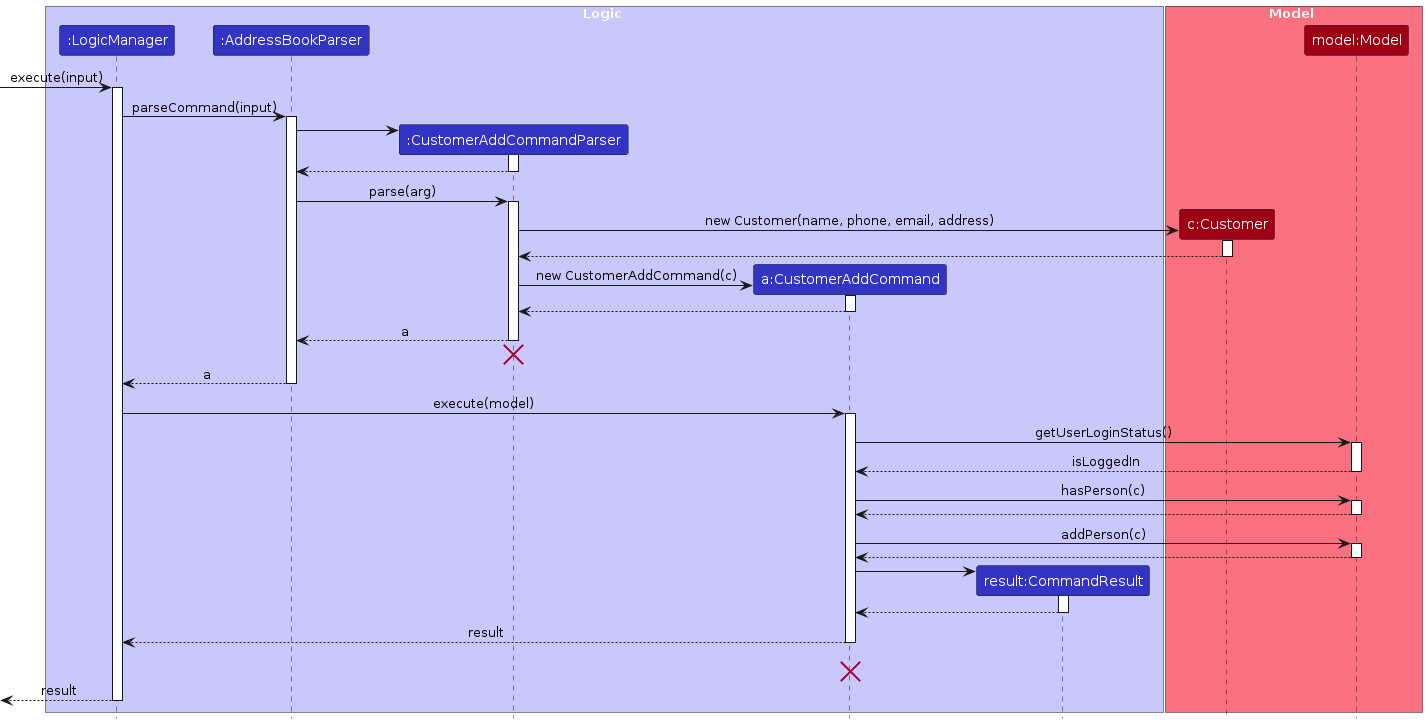
zhonghan721/tp keeps this PlantUML diagram as diagrams/CustomerAddSequenceDiagram.png. Above is the earlier version. Its source is kept beside it as diagrams/CustomerAddSequenceDiagram.puml. Its diagram source:
```plantuml
@startuml
!include style.puml
skinparam ArrowFontStyle plain

box Logic LOGIC_COLOR_T1
participant ":LogicManager" as LogicManager LOGIC_COLOR
participant ":AddressBookParser" as AddressBookParser LOGIC_COLOR
participant ":CustomerAddCommandParser" as CustomerAddCommandParser LOGIC_COLOR
participant "a:CustomerAddCommand" as CustomerAddCommand LOGIC_COLOR
participant "result:CommandResult" as CommandResult LOGIC_COLOR
end box

box Model MODEL_COLOR_T1
participant "c:Customer" as Customer MODEL_COLOR
participant "model:Model" as Model MODEL_COLOR
end box
[-> LogicManager : execute(input)
activate LogicManager

LogicManager -> AddressBookParser : parseCommand(input)
activate AddressBookParser

create CustomerAddCommandParser
AddressBookParser -> CustomerAddCommandParser
activate CustomerAddCommandParser

CustomerAddCommandParser --> AddressBookParser
deactivate CustomerAddCommandParser

AddressBookParser -> CustomerAddCommandParser : parse(arg)
activate CustomerAddCommandParser

create Customer
CustomerAddCommandParser -> Customer : new Customer(name, phone, email, address)
activate Customer

Customer --> CustomerAddCommandParser
deactivate Customer

create CustomerAddCommand
CustomerAddCommandParser -> CustomerAddCommand : new CustomerAddCommand(c)
activate CustomerAddCommand

CustomerAddCommand --> CustomerAddCommandParser
deactivate CustomerAddCommand

CustomerAddCommandParser --> AddressBookParser : a
deactivate CustomerAddCommandParser
CustomerAddCommandParser -[hidden]-> AddressBookParser
destroy CustomerAddCommandParser

AddressBookParser --> LogicManager : a
deactivate AddressBookParser

LogicManager -> CustomerAddCommand : execute(model)
activate CustomerAddCommand

CustomerAddCommand -> Model : getUserLoginStatus()
activate Model

Model --> CustomerAddCommand : isLoggedIn
deactivate Model

CustomerAddCommand -> Model : hasPerson(c)
activate Model

Model --> CustomerAddCommand
deactivate Model

CustomerAddCommand -> Model : addPerson(c)
activate Model

Model --> CustomerAddCommand
deactivate Model

create CommandResult
CustomerAddCommand -> CommandResult
activate CommandResult

CommandResult --> CustomerAddCommand
deactivate CommandResult

CustomerAddCommand --> LogicManager : result
deactivate CustomerAddCommand
CustomerAddCommand -[hidden]-> LogicManager : result
destroy CustomerAddCommand

[<--LogicManager : result
deactivate LogicManager
@enduml
```
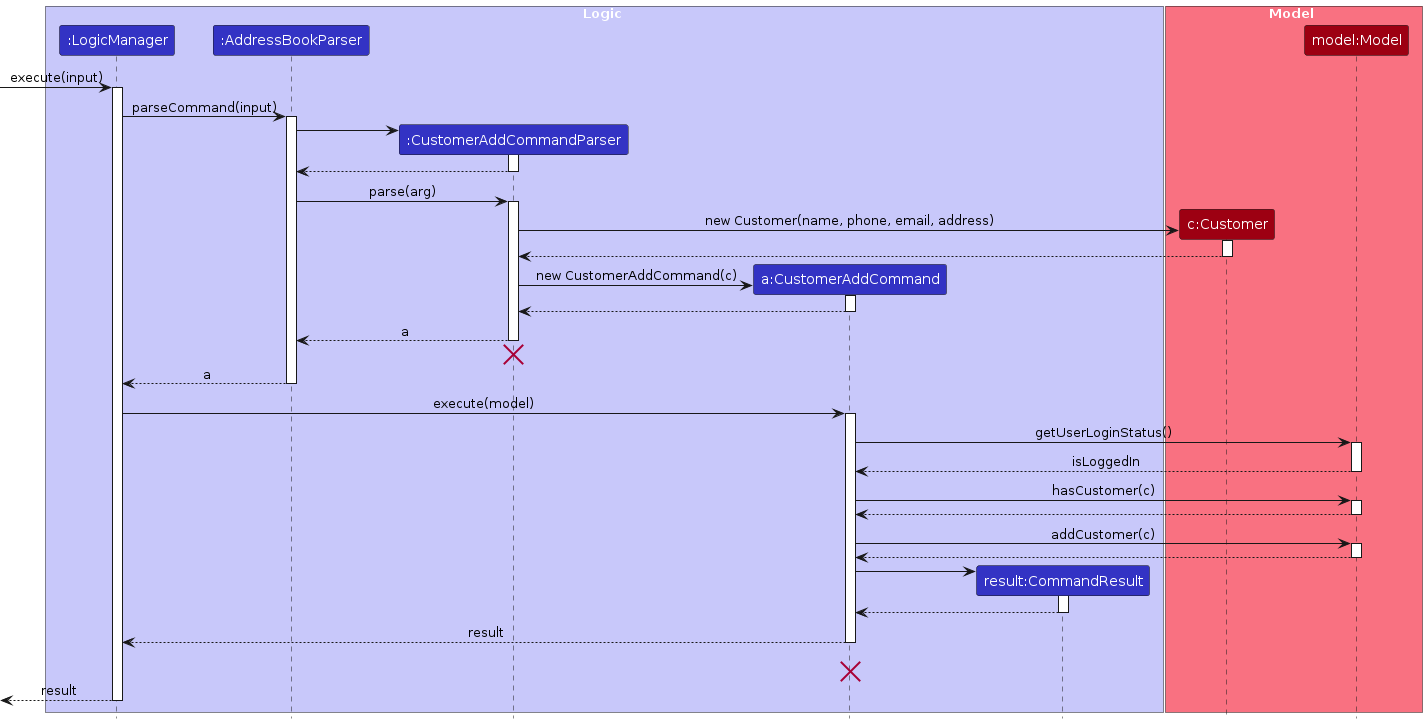
After the commit.

What changed in the source:
```diff
@@ -61,13 +61,13 @@
 Model --> CustomerAddCommand : isLoggedIn
 deactivate Model
 
-CustomerAddCommand -> Model : hasPerson(c)
+CustomerAddCommand -> Model : hasCustomer(c)
 activate Model
 
 Model --> CustomerAddCommand
 deactivate Model
 
-CustomerAddCommand -> Model : addPerson(c)
+CustomerAddCommand -> Model : addCustomer(c)
 activate Model
 
 Model --> CustomerAddCommand
```
